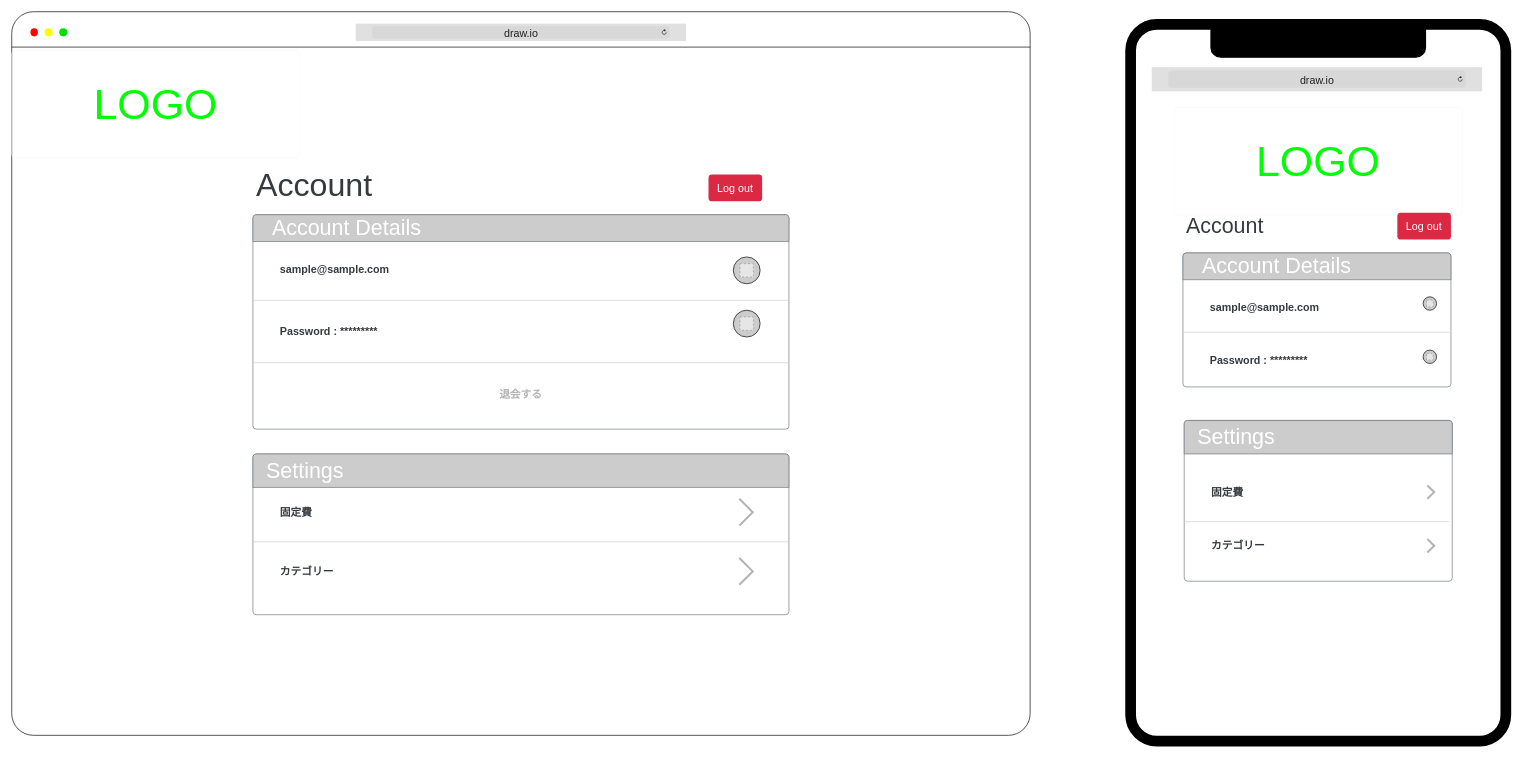
matthewkendrick/hoWseed keeps this draw.io diagram as app/assets/document/Screen/config/User_Settings.dio. Above is the earlier version. Source tidied: cells renumbered, new cells numbered last; positions are measured from the earlier drawing's top-left corner, leaving out a move shared by most shapes. Both pictures are drawn from the tidied source at 67%, with x=0, y=0 at pixel (11, 11). Pictures stored in the file or linked from it are replaced by grey dashed boxes.
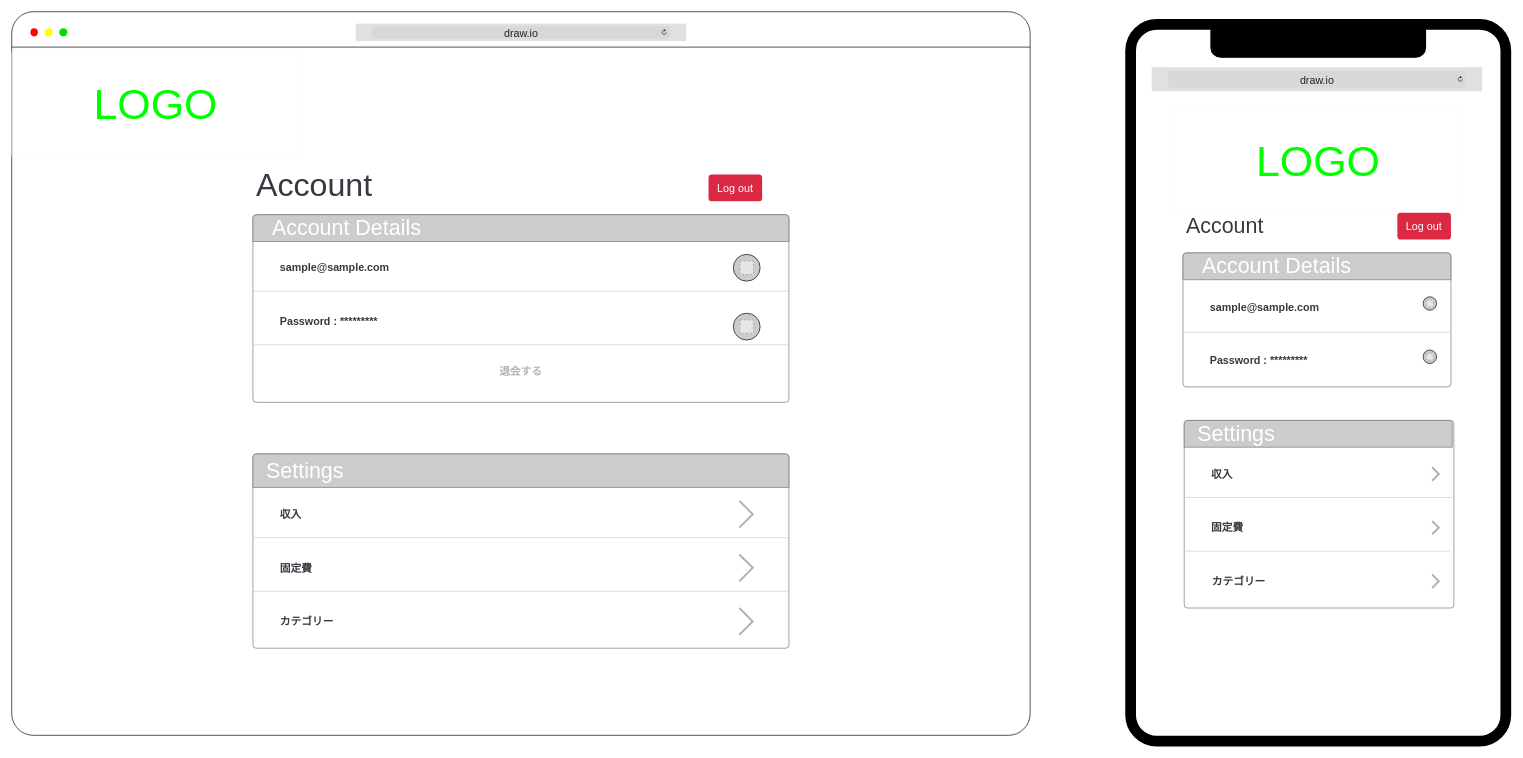
The same diagram, later.

The edit, as a diff of the source:
```diff
@@
     <mxCell id="13" style="html=1;shadow=0;dashed=0;shape=mxgraph.bootstrap.rrect;rSize=5;strokeColor=#6C767D;html=1;whiteSpace=wrap;fillColor=#ffffff;fontColor=#212529;verticalAlign=bottom;align=left;spacing=20;spacingBottom=0;fontSize=14;" parent="1" vertex="1">
-      <mxGeometry x="360" y="303" width="800" height="320" as="geometry" />
+      <mxGeometry x="360" y="303" width="800" height="280" as="geometry" />
     </mxCell>
+    <mxCell id="18" value="&lt;span style=&quot;white-space: pre&quot;&gt;&#9;&lt;/span&gt;Password : *********" style="html=1;shadow=0;dashed=0;shape=mxgraph.bootstrap.rrect;rSize=5;strokeColor=none;strokeWidth=1;fillColor=none;fontColor=#343A40;whiteSpace=wrap;align=left;verticalAlign=middle;spacingLeft=0;fontStyle=1;fontSize=16;spacing=5;" parent="13" vertex="1">
+      <mxGeometry y="119.1" width="800" height="80" as="geometry" />
+    </mxCell>
+    <mxCell id="21" value="&lt;span style=&quot;white-space: pre&quot;&gt;&#9;&lt;/span&gt;sample@sample.com" style="html=1;shadow=0;dashed=0;shape=mxgraph.bootstrap.rrect;rSize=5;strokeColor=none;strokeWidth=1;fillColor=none;fontColor=#343A40;whiteSpace=wrap;align=left;verticalAlign=middle;spacingLeft=0;fontStyle=1;fontSize=16;spacing=5;" parent="13" vertex="1">
+      <mxGeometry y="39.1" width="800" height="80" as="geometry" />
+    </mxCell>
@@
-    <mxCell id="15" style="line;strokeWidth=1;html=1;shadow=0;fontSize=32;fontColor=#FFFFFF;fillColor=none;gradientColor=none;strokeColor=#CCCCCC;" parent="13" vertex="1">
-      <mxGeometry y="121" width="800" height="13.3" as="geometry" />
-    </mxCell>
     <mxCell id="16" style="html=1;shadow=0;dashed=0;shape=mxgraph.bootstrap.radioButton2;labelPosition=right;verticalLabelPosition=middle;align=left;verticalAlign=middle;gradientColor=none;fillColor=#CCCCCC;checked=0;spacing=5;checkedFill=#0085FC;checkedStroke=#ffffff;sketch=0;fontSize=32;fontColor=#FFFFFF;strokeColor=default;" parent="13" vertex="1">
-      <mxGeometry x="717" y="63" width="40" height="40" as="geometry" />
+      <mxGeometry x="717" y="59.1" width="40" height="40" as="geometry" />
     </mxCell>
     <mxCell id="17" style="fillColor=#E6E6E6;strokeColor=#999999;dashed=1;verticalLabelPosition=bottom;labelBackgroundColor=#ffffff;verticalAlign=top;" parent="13" vertex="1">
-      <mxGeometry x="727" y="73" width="20" height="20" as="geometry" />
+      <mxGeometry x="727" y="69.1" width="20" height="20" as="geometry" />
     </mxCell>
-    <mxCell id="18" value="&lt;span style=&quot;white-space: pre&quot;&gt;&#9;&lt;/span&gt;Password : *********" style="html=1;shadow=0;dashed=0;shape=mxgraph.bootstrap.rrect;rSize=5;strokeColor=none;strokeWidth=1;fillColor=none;fontColor=#343A40;whiteSpace=wrap;align=left;verticalAlign=middle;spacingLeft=0;fontStyle=1;fontSize=16;spacing=5;" parent="13" vertex="1">
-      <mxGeometry y="134.3" width="800" height="80" as="geometry" />
-    </mxCell>
     <mxCell id="19" style="html=1;shadow=0;dashed=0;shape=mxgraph.bootstrap.radioButton2;labelPosition=right;verticalLabelPosition=middle;align=left;verticalAlign=middle;gradientColor=none;fillColor=#CCCCCC;checked=0;spacing=5;checkedFill=#0085FC;checkedStroke=#ffffff;sketch=0;fontSize=32;fontColor=#FFFFFF;strokeColor=default;" parent="13" vertex="1">
-      <mxGeometry x="717" y="142.5" width="40" height="40" as="geometry" />
+      <mxGeometry x="717" y="147" width="40" height="40" as="geometry" />
     </mxCell>
     <mxCell id="20" style="fillColor=#E6E6E6;strokeColor=#999999;dashed=1;verticalLabelPosition=bottom;labelBackgroundColor=#ffffff;verticalAlign=top;" parent="13" vertex="1">
-      <mxGeometry x="727" y="152.5" width="20" height="20" as="geometry" />
+      <mxGeometry x="727" y="157" width="20" height="20" as="geometry" />
     </mxCell>
-    <mxCell id="21" value="&lt;span style=&quot;white-space: pre&quot;&gt;&#9;&lt;/span&gt;sample@sample.com" style="html=1;shadow=0;dashed=0;shape=mxgraph.bootstrap.rrect;rSize=5;strokeColor=none;strokeWidth=1;fillColor=none;fontColor=#343A40;whiteSpace=wrap;align=left;verticalAlign=middle;spacingLeft=0;fontStyle=1;fontSize=16;spacing=5;" parent="13" vertex="1">
-      <mxGeometry y="41" width="800" height="80" as="geometry" />
-    </mxCell>
     <mxCell id="22" value="退会する" style="html=1;shadow=0;dashed=0;shape=mxgraph.bootstrap.rrect;rSize=5;strokeColor=none;strokeWidth=1;fillColor=none;fontColor=#B3B3B3;whiteSpace=wrap;align=center;verticalAlign=middle;spacingLeft=0;fontStyle=1;fontSize=16;spacing=5;" parent="13" vertex="1">
-      <mxGeometry y="227.7" width="800" height="80" as="geometry" />
+      <mxGeometry y="199.1" width="800" height="70" as="geometry" />
     </mxCell>
     <mxCell id="23" style="line;strokeWidth=1;html=1;shadow=0;fontSize=32;fontColor=#FFFFFF;fillColor=none;gradientColor=none;strokeColor=#CCCCCC;" parent="13" vertex="1">
-      <mxGeometry y="214.3" width="800" height="13.3" as="geometry" />
+      <mxGeometry y="189.1" width="800" height="10" as="geometry" />
     </mxCell>
+    <mxCell id="15" style="line;strokeWidth=1;html=1;shadow=0;fontSize=32;fontColor=#FFFFFF;fillColor=none;gradientColor=none;strokeColor=#CCCCCC;" parent="13" vertex="1">
+      <mxGeometry y="109.1" width="800" height="10" as="geometry" />
+    </mxCell>
@@
     <mxCell id="26" style="html=1;shadow=0;dashed=0;shape=mxgraph.bootstrap.rrect;rSize=5;strokeColor=#6C767D;html=1;whiteSpace=wrap;fillColor=#ffffff;fontColor=#212529;verticalAlign=bottom;align=left;spacing=20;spacingBottom=0;fontSize=14;" parent="1" vertex="1">
-      <mxGeometry x="360" y="660" width="800" height="240" as="geometry" />
+      <mxGeometry x="360" y="660" width="800" height="290" as="geometry" />
     </mxCell>
@@
     <mxCell id="28" value="&lt;span style=&quot;white-space: pre&quot;&gt;&#9;&lt;/span&gt;固定費" style="html=1;shadow=0;dashed=0;shape=mxgraph.bootstrap.rrect;rSize=5;strokeColor=none;strokeWidth=1;fillColor=none;fontColor=#343A40;whiteSpace=wrap;align=left;verticalAlign=middle;spacingLeft=0;fontStyle=1;fontSize=16;spacing=5;" parent="26" vertex="1">
-      <mxGeometry y="47" width="800" height="80" as="geometry" />
+      <mxGeometry y="130" width="800" height="80" as="geometry" />
     </mxCell>
+    <mxCell id="51" style="line;strokeWidth=1;html=1;shadow=0;fontSize=32;fontColor=#FFFFFF;fillColor=none;gradientColor=none;strokeColor=#CCCCCC;" parent="26" vertex="1">
+      <mxGeometry y="120" width="800" height="10" as="geometry" />
+    </mxCell>
+    <mxCell id="31" style="html=1;verticalLabelPosition=bottom;labelBackgroundColor=#ffffff;verticalAlign=top;shadow=0;dashed=0;strokeWidth=3;shape=mxgraph.ios7.misc.down;strokeColor=#B3B3B3;fontSize=40;fontColor=#000000;fillColor=none;gradientColor=none;direction=north;" parent="26" vertex="1">
+      <mxGeometry x="726" y="150" width="20" height="40" as="geometry" />
+    </mxCell>
+    <mxCell id="52" value="&lt;span style=&quot;white-space: pre&quot;&gt;&#9;&lt;/span&gt;収入" style="html=1;shadow=0;dashed=0;shape=mxgraph.bootstrap.rrect;rSize=5;strokeColor=none;strokeWidth=1;fillColor=none;fontColor=#343A40;whiteSpace=wrap;align=left;verticalAlign=middle;spacingLeft=0;fontStyle=1;fontSize=16;spacing=5;" parent="26" vertex="1">
+      <mxGeometry y="50" width="800" height="80" as="geometry" />
+    </mxCell>
+    <mxCell id="53" style="html=1;verticalLabelPosition=bottom;labelBackgroundColor=#ffffff;verticalAlign=top;shadow=0;dashed=0;strokeWidth=3;shape=mxgraph.ios7.misc.down;strokeColor=#B3B3B3;fontSize=40;fontColor=#000000;fillColor=none;gradientColor=none;direction=north;" parent="26" vertex="1">
+      <mxGeometry x="726" y="70" width="20" height="40" as="geometry" />
+    </mxCell>
+    <mxCell id="30" style="line;strokeWidth=1;html=1;shadow=0;fontSize=32;fontColor=#FFFFFF;fillColor=none;gradientColor=none;strokeColor=#CCCCCC;" parent="26" vertex="1">
+      <mxGeometry y="200" width="800" height="10" as="geometry" />
+    </mxCell>
     <mxCell id="29" value="&lt;span style=&quot;white-space: pre&quot;&gt;&#9;&lt;/span&gt;カテゴリー" style="html=1;shadow=0;dashed=0;shape=mxgraph.bootstrap.rrect;rSize=5;strokeColor=none;strokeWidth=1;fillColor=none;fontColor=#343A40;whiteSpace=wrap;align=left;verticalAlign=middle;spacingLeft=0;fontStyle=1;fontSize=16;spacing=5;" parent="26" vertex="1">
-      <mxGeometry y="135.3" width="800" height="80" as="geometry" />
+      <mxGeometry y="210" width="800" height="80" as="geometry" />
     </mxCell>
-    <mxCell id="30" style="line;strokeWidth=1;html=1;shadow=0;fontSize=32;fontColor=#FFFFFF;fillColor=none;gradientColor=none;strokeColor=#CCCCCC;" parent="26" vertex="1">
-      <mxGeometry y="127" width="800" height="8.3" as="geometry" />
-    </mxCell>
-    <mxCell id="31" style="html=1;verticalLabelPosition=bottom;labelBackgroundColor=#ffffff;verticalAlign=top;shadow=0;dashed=0;strokeWidth=3;shape=mxgraph.ios7.misc.down;strokeColor=#B3B3B3;fontSize=40;fontColor=#000000;fillColor=none;gradientColor=none;direction=north;" parent="26" vertex="1">
-      <mxGeometry x="726" y="67" width="20" height="40" as="geometry" />
-    </mxCell>
     <mxCell id="32" style="html=1;verticalLabelPosition=bottom;labelBackgroundColor=#ffffff;verticalAlign=top;shadow=0;dashed=0;strokeWidth=3;shape=mxgraph.ios7.misc.down;strokeColor=#B3B3B3;fontSize=40;fontColor=#000000;fillColor=none;gradientColor=none;direction=north;" parent="26" vertex="1">
-      <mxGeometry x="726" y="155.3" width="20" height="40" as="geometry" />
+      <mxGeometry x="726" y="230" width="20" height="40" as="geometry" />
     </mxCell>
@@
     <mxCell id="44" style="html=1;shadow=0;dashed=0;shape=mxgraph.bootstrap.rrect;rSize=5;strokeColor=#6C767D;html=1;whiteSpace=wrap;fillColor=#ffffff;fontColor=#212529;verticalAlign=bottom;align=left;spacing=20;spacingBottom=0;fontSize=14;" parent="1" vertex="1">
-      <mxGeometry x="1750" y="610" width="400" height="240" as="geometry" />
+      <mxGeometry x="1750" y="610" width="402.5" height="280" as="geometry" />
     </mxCell>
     <mxCell id="45" value="Settings" style="html=1;shadow=0;dashed=0;shape=mxgraph.bootstrap.topButton;rSize=5;perimeter=none;whiteSpace=wrap;fillColor=#CCCCCC;strokeColor=#6C767D;fontColor=#FFFFFF;fontSize=32;align=left;spacing=20;fontStyle=0;" parent="44" vertex="1">
-      <mxGeometry width="400" height="50" relative="1" as="geometry" />
+      <mxGeometry width="400" height="40" relative="1" as="geometry" />
     </mxCell>
+    <mxCell id="54" value="&lt;span style=&quot;white-space: pre&quot;&gt;&#9;&lt;/span&gt;収入" style="html=1;shadow=0;dashed=0;shape=mxgraph.bootstrap.rrect;rSize=5;strokeColor=none;strokeWidth=1;fillColor=none;fontColor=#343A40;whiteSpace=wrap;align=left;verticalAlign=middle;spacingLeft=0;fontStyle=1;fontSize=16;spacing=5;" parent="44" vertex="1">
+      <mxGeometry y="40" width="400" height="80" as="geometry" />
+    </mxCell>
+    <mxCell id="55" style="line;strokeWidth=1;html=1;shadow=0;fontSize=32;fontColor=#FFFFFF;fillColor=none;gradientColor=none;strokeColor=#CCCCCC;" parent="44" vertex="1">
+      <mxGeometry y="110" width="400" height="10" as="geometry" />
+    </mxCell>
+    <mxCell id="56" style="html=1;verticalLabelPosition=bottom;labelBackgroundColor=#ffffff;verticalAlign=top;shadow=0;dashed=0;strokeWidth=3;shape=mxgraph.ios7.misc.down;strokeColor=#B3B3B3;fontSize=40;fontColor=#000000;fillColor=none;gradientColor=none;direction=north;" parent="44" vertex="1">
+      <mxGeometry x="370" y="70" width="10" height="20" as="geometry" />
+    </mxCell>
     <mxCell id="46" value="&lt;span style=&quot;white-space: pre&quot;&gt;&#9;&lt;/span&gt;固定費" style="html=1;shadow=0;dashed=0;shape=mxgraph.bootstrap.rrect;rSize=5;strokeColor=none;strokeWidth=1;fillColor=none;fontColor=#343A40;whiteSpace=wrap;align=left;verticalAlign=middle;spacingLeft=0;fontStyle=1;fontSize=16;spacing=5;" parent="44" vertex="1">
-      <mxGeometry y="67" width="400" height="80" as="geometry" />
+      <mxGeometry y="120" width="400" height="80" as="geometry" />
     </mxCell>
+    <mxCell id="49" style="html=1;verticalLabelPosition=bottom;labelBackgroundColor=#ffffff;verticalAlign=top;shadow=0;dashed=0;strokeWidth=3;shape=mxgraph.ios7.misc.down;strokeColor=#B3B3B3;fontSize=40;fontColor=#000000;fillColor=none;gradientColor=none;direction=north;" parent="44" vertex="1">
+      <mxGeometry x="370" y="150" width="10" height="20" as="geometry" />
+    </mxCell>
+    <mxCell id="48" style="line;strokeWidth=1;html=1;shadow=0;fontSize=32;fontColor=#FFFFFF;fillColor=none;gradientColor=none;strokeColor=#CCCCCC;" parent="44" vertex="1">
+      <mxGeometry x="2.5" y="190.3" width="395.1" height="9.7" as="geometry" />
+    </mxCell>
     <mxCell id="47" value="&lt;span style=&quot;white-space: pre&quot;&gt;&#9;&lt;/span&gt;カテゴリー" style="html=1;shadow=0;dashed=0;shape=mxgraph.bootstrap.rrect;rSize=5;strokeColor=none;strokeWidth=1;fillColor=none;fontColor=#343A40;whiteSpace=wrap;align=left;verticalAlign=middle;spacingLeft=0;fontStyle=1;fontSize=16;spacing=5;" parent="44" vertex="1">
-      <mxGeometry y="147" width="400" height="80" as="geometry" />
+      <mxGeometry x="1.2" y="200" width="400" height="80" as="geometry" />
     </mxCell>
-    <mxCell id="48" style="line;strokeWidth=1;html=1;shadow=0;fontSize=32;fontColor=#FFFFFF;fillColor=none;gradientColor=none;strokeColor=#CCCCCC;" parent="44" vertex="1">
-      <mxGeometry y="147" width="395.1" height="8.3" as="geometry" />
-    </mxCell>
-    <mxCell id="49" style="html=1;verticalLabelPosition=bottom;labelBackgroundColor=#ffffff;verticalAlign=top;shadow=0;dashed=0;strokeWidth=3;shape=mxgraph.ios7.misc.down;strokeColor=#B3B3B3;fontSize=40;fontColor=#000000;fillColor=none;gradientColor=none;direction=north;" parent="44" vertex="1">
-      <mxGeometry x="363" y="97" width="10" height="20" as="geometry" />
-    </mxCell>
     <mxCell id="50" style="html=1;verticalLabelPosition=bottom;labelBackgroundColor=#ffffff;verticalAlign=top;shadow=0;dashed=0;strokeWidth=3;shape=mxgraph.ios7.misc.down;strokeColor=#B3B3B3;fontSize=40;fontColor=#000000;fillColor=none;gradientColor=none;direction=north;" parent="44" vertex="1">
-      <mxGeometry x="363" y="177" width="10" height="20" as="geometry" />
+      <mxGeometry x="370" y="230" width="10" height="20" as="geometry" />
     </mxCell>
```
